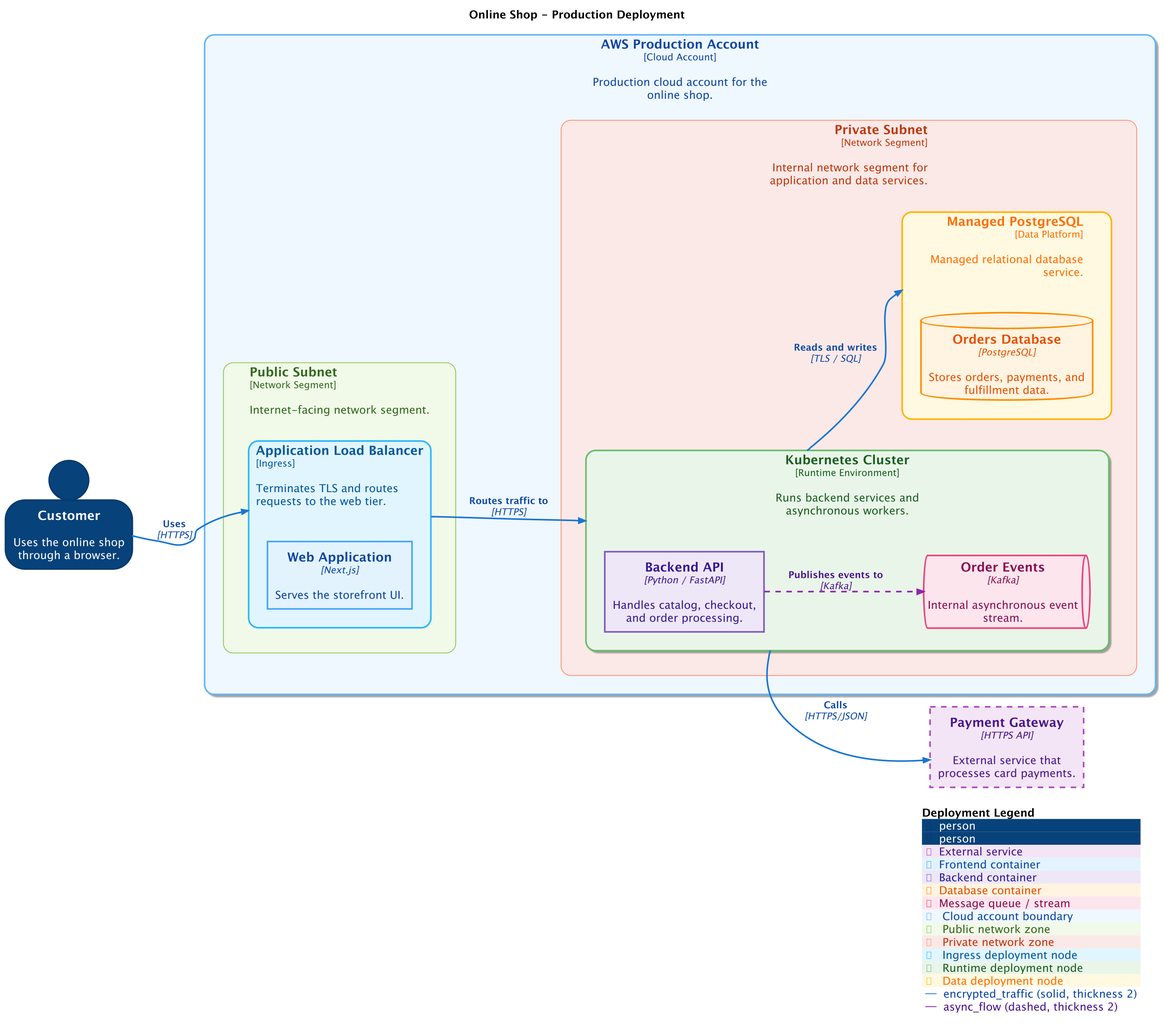
Before: docs/assets/examples/plantuml/deployment-diagram.png, a diagram exported from PlantUML (sidorov-as/c4-diagrams).
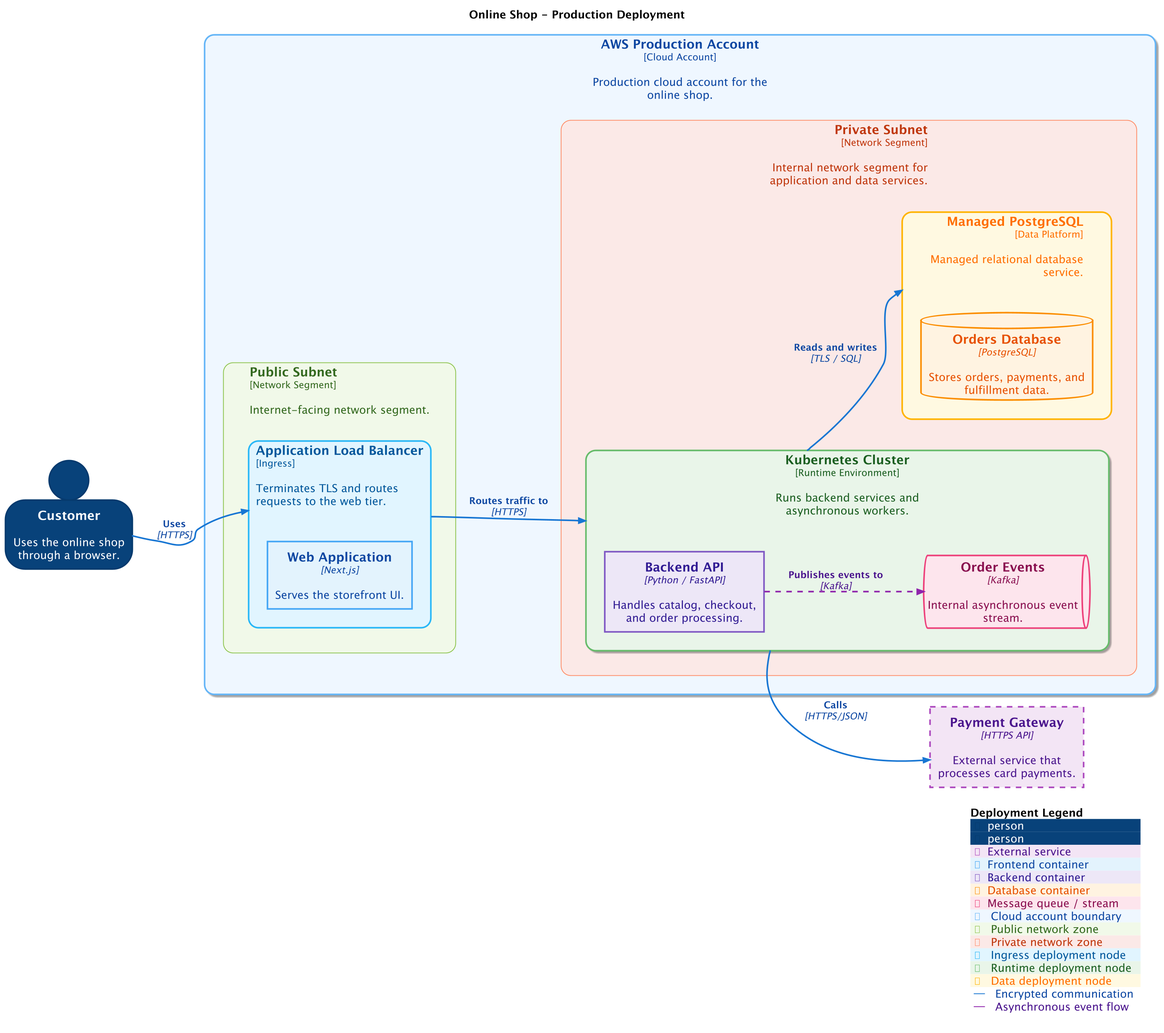
The same diagram one commit later.

Change to the diagram source:
```diff
@@ -6,20 +6,20 @@
 !endif
 skinparam dpi 200
 
-AddPersonTag("person", $bgColor="#e8f5e9", $fontColor="#1b5e20", $borderColor="#66bb6a", $legendText="End user", $borderStyle=SolidLine(), $borderThickness="2")
-AddExternalContainerTag("external_service", $bgColor="#f3e5f5", $fontColor="#4a148c", $borderColor="#ab47bc", $legendText="External service", $borderStyle=DashedLine(), $borderThickness="2")
-AddContainerTag("frontend", $bgColor="#e3f2fd", $fontColor="#0d47a1", $borderColor="#42a5f5", $legendText="Frontend container", $borderStyle=SolidLine(), $borderThickness="2")
-AddContainerTag("backend", $bgColor="#ede7f6", $fontColor="#311b92", $borderColor="#7e57c2", $legendText="Backend container", $borderStyle=SolidLine(), $borderThickness="2")
-AddContainerTag("database", $bgColor="#fff3e0", $fontColor="#e65100", $borderColor="#fb8c00", $legendText="Database container", $borderStyle=SolidLine(), $borderThickness="2")
-AddContainerTag("message_bus", $bgColor="#fce4ec", $fontColor="#880e4f", $borderColor="#ec407a", $legendText="Message queue / stream", $borderStyle=SolidLine(), $borderThickness="2")
-AddNodeTag("cloud_account", $bgColor="#eef6ff", $fontColor="#0d47a1", $borderColor="#64b5f6", $shadowing="true", $shape=RoundedBoxShape(), $techn="Infrastructure", $legendText="Cloud account boundary", $legendSprite="cloud", $borderStyle=SolidLine(), $borderThickness="2")
-AddNodeTag("public_network", $bgColor="#f1f8e9", $fontColor="#33691e", $borderColor="#8bc34a", $shape=RoundedBoxShape(), $techn="DMZ", $legendText="Public network zone", $legendSprite="network", $borderStyle=SolidLine(), $borderThickness="1")
-AddNodeTag("private_network", $bgColor="#fbe9e7", $fontColor="#bf360c", $borderColor="#ff8a65", $shape=RoundedBoxShape(), $techn="Internal", $legendText="Private network zone", $legendSprite="network", $borderStyle=SolidLine(), $borderThickness="1")
-AddNodeTag("edge_node", $bgColor="#e1f5fe", $fontColor="#01579b", $borderColor="#29b6f6", $shape=RoundedBoxShape(), $techn="Ingress", $legendText="Ingress deployment node", $legendSprite="router", $borderStyle=BoldLine(), $borderThickness="2")
-AddNodeTag("runtime_node", $bgColor="#e8f5e9", $fontColor="#1b5e20", $borderColor="#66bb6a", $shadowing="true", $shape=RoundedBoxShape(), $techn="Runtime", $legendText="Runtime deployment node", $legendSprite="server", $borderStyle=SolidLine(), $borderThickness="2")
-AddNodeTag("data_node", $bgColor="#fff8e1", $fontColor="#ff6f00", $borderColor="#ffb300", $shape=RoundedBoxShape(), $techn="Data Platform", $legendText="Data deployment node", $legendSprite="database", $borderStyle=SolidLine(), $borderThickness="2")
-AddRelTag("encrypted_traffic", $textColor="#0d47a1", $lineColor="#1976d2", $lineStyle=SolidLine(), $lineThickness="2", $techn="TLS")
-AddRelTag("async_flow", $textColor="#4a148c", $lineColor="#8e24aa", $lineStyle=DashedLine(), $lineThickness="2", $techn="Kafka")
+AddPersonTag("person", $bgColor="#e8f5e9", $fontColor="#1b5e20", $borderColor="#66bb6a", $shadowing="false", $legendText="End user", $borderStyle=SolidLine(), $borderThickness="2")
+AddExternalContainerTag("external_service", $bgColor="#f3e5f5", $fontColor="#4a148c", $borderColor="#ab47bc", $shadowing="false", $legendText="External service", $borderStyle=DashedLine(), $borderThickness="2")
+AddContainerTag("frontend", $bgColor="#e3f2fd", $fontColor="#0d47a1", $borderColor="#42a5f5", $shadowing="false", $legendText="Frontend container", $borderStyle=SolidLine(), $borderThickness="2")
+AddContainerTag("backend", $bgColor="#ede7f6", $fontColor="#311b92", $borderColor="#7e57c2", $shadowing="false", $legendText="Backend container", $borderStyle=SolidLine(), $borderThickness="2")
+AddContainerTag("database", $bgColor="#fff3e0", $fontColor="#e65100", $borderColor="#fb8c00", $shadowing="false", $legendText="Database container", $borderStyle=SolidLine(), $borderThickness="2")
+AddContainerTag("message_bus", $bgColor="#fce4ec", $fontColor="#880e4f", $borderColor="#ec407a", $shadowing="false", $legendText="Message queue / stream", $borderStyle=SolidLine(), $borderThickness="2")
+AddNodeTag("cloud_account", $bgColor="#eef6ff", $fontColor="#0d47a1", $borderColor="#64b5f6", $shadowing="true", $shape=RoundedBoxShape(), $type="Infrastructure", $legendText="Cloud account boundary", $legendSprite="cloud", $borderStyle=SolidLine(), $borderThickness="2")
+AddNodeTag("public_network", $bgColor="#f1f8e9", $fontColor="#33691e", $borderColor="#8bc34a", $shadowing="false", $shape=RoundedBoxShape(), $type="DMZ", $legendText="Public network zone", $legendSprite="network", $borderStyle=SolidLine(), $borderThickness="1")
+AddNodeTag("private_network", $bgColor="#fbe9e7", $fontColor="#bf360c", $borderColor="#ff8a65", $shadowing="false", $shape=RoundedBoxShape(), $type="Internal", $legendText="Private network zone", $legendSprite="network", $borderStyle=SolidLine(), $borderThickness="1")
+AddNodeTag("edge_node", $bgColor="#e1f5fe", $fontColor="#01579b", $borderColor="#29b6f6", $shadowing="false", $shape=RoundedBoxShape(), $type="Ingress", $legendText="Ingress deployment node", $legendSprite="router", $borderStyle=BoldLine(), $borderThickness="2")
+AddNodeTag("runtime_node", $bgColor="#e8f5e9", $fontColor="#1b5e20", $borderColor="#66bb6a", $shadowing="true", $shape=RoundedBoxShape(), $type="Runtime", $legendText="Runtime deployment node", $legendSprite="server", $borderStyle=SolidLine(), $borderThickness="2")
+AddNodeTag("data_node", $bgColor="#fff8e1", $fontColor="#ff6f00", $borderColor="#ffb300", $shadowing="false", $shape=RoundedBoxShape(), $type="Data Platform", $legendText="Data deployment node", $legendSprite="database", $borderStyle=SolidLine(), $borderThickness="2")
+AddRelTag("encrypted_traffic", $textColor="#0d47a1", $lineColor="#1976d2", $lineStyle=SolidLine(), $techn="TLS", $legendText="Encrypted communication", $legendSprite="lock", $lineThickness="2")
+AddRelTag("async_flow", $textColor="#4a148c", $lineColor="#8e24aa", $lineStyle=DashedLine(), $techn="Kafka", $legendText="Asynchronous event flow", $legendSprite="queue", $lineThickness="2")
 
 UpdateRelStyle($textColor="#37474f", $lineColor="#546e7a")
 
@@ -41,14 +41,11 @@
             Container(web_app, "Web Application", "Next.js", "Serves the storefront UI.", $tags="frontend")
         }
     }
-
     Node_R(private_subnet, "Private Subnet", "Network Segment", "Internal network segment for application and data services.", $tags="private_network") {
         Deployment_Node(app_cluster, "Kubernetes Cluster", "Runtime Environment", "Runs backend services and asynchronous workers.", $tags="runtime_node") {
             Container(backend_api, "Backend API", "Python / FastAPI", "Handles catalog, checkout, and order processing.", $tags="backend")
-
             ContainerQueue(order_events, "Order Events", "Kafka", "Internal asynchronous event stream.", $tags="message_bus")
         }
-
         Deployment_Node_R(db_service, "Managed PostgreSQL", "Data Platform", "Managed relational database service.", $tags="data_node") {
             ContainerDb(orders_db, "Orders Database", "PostgreSQL", "Stores orders, payments, and fulfillment data.", $tags="database")
         }
@@ -60,12 +57,11 @@
 Rel(app_cluster, db_service, "Reads and writes", "TLS / SQL", $tags="encrypted_traffic")
 Rel(app_cluster, payment_gateway, "Calls", "HTTPS/JSON", $tags="encrypted_traffic")
 Rel(backend_api, order_events, "Publishes events to", "Kafka", $tags="async_flow")
-
 Lay_R(customer, alb)
 Lay_R(alb, app_cluster)
 Lay_D(app_cluster, db_service)
 Lay_R(app_cluster, payment_gateway)
 
-SHOW_LEGEND($details=Normal())
+SHOW_LEGEND($hideStereotype="false", $details=Normal())
 
 @enduml
```
